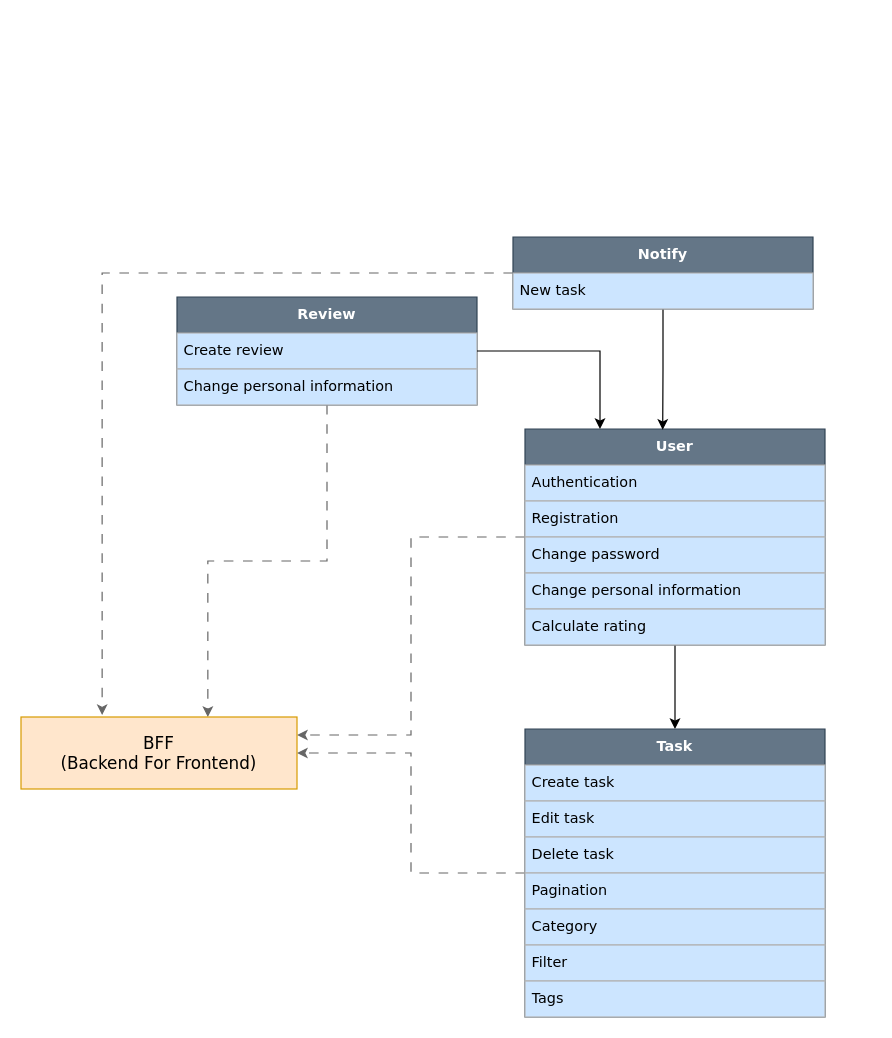
This is specification.drawio from htmlacademy-nestjs/1518675-taskforce-3, a draw.io file, before an edit. Source tidied: cells renumbered, new cells numbered last; positions are measured from the earlier drawing's top-left corner, leaving out a move shared by most shapes. Both pictures are drawn from the tidied source at 120%, with x=0, y=0 at pixel (20, 236).
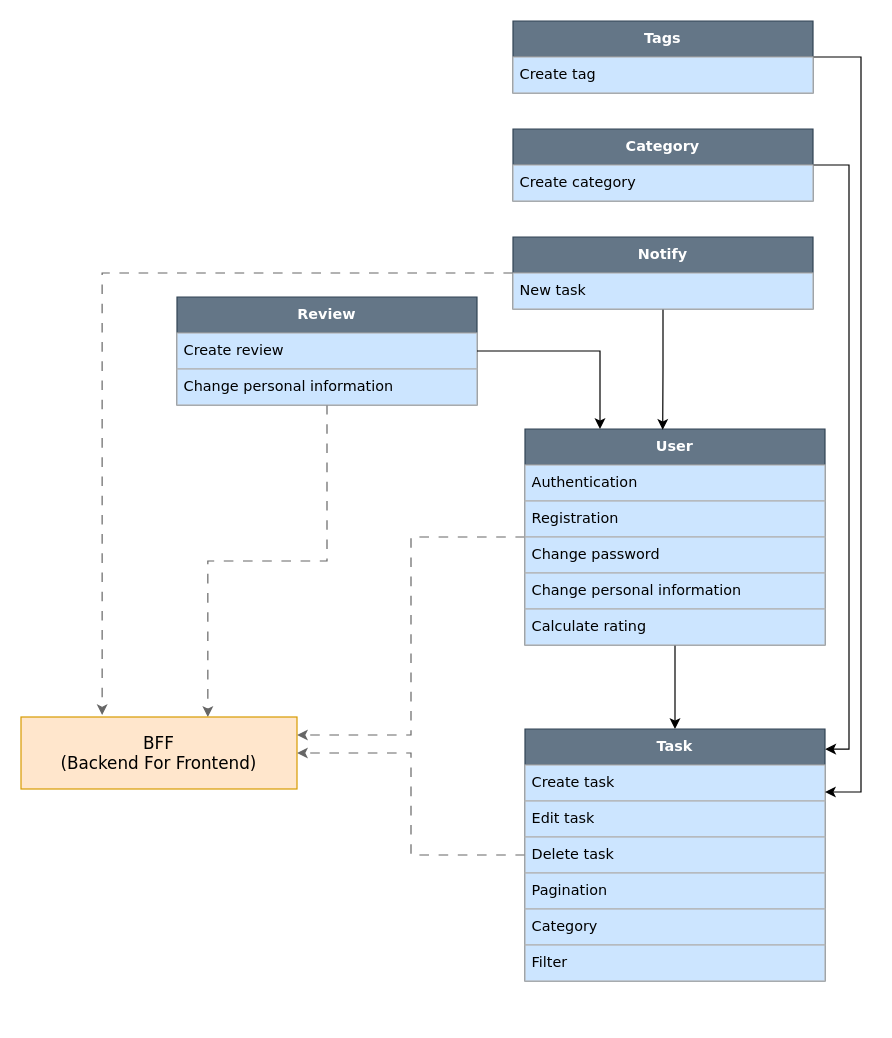
After the change.

What changed in the source:
```diff
@@
     <mxCell id="15" value="&lt;b&gt;Task&lt;/b&gt;" style="swimlane;fontStyle=0;horizontal=1;startSize=30;whiteSpace=wrap;html=1;fillColor=#647687;strokeColor=#314354;rounded=0;shadow=0;glass=0;fontFamily=Verdana;fontColor=#ffffff;" parent="1" vertex="1">
-      <mxGeometry x="420" y="410" width="250" height="240" as="geometry" />
+      <mxGeometry x="420" y="410" width="250" height="210" as="geometry" />
     </mxCell>
@@
-    <mxCell id="22" value="Tags" style="text;strokeColor=#B3B3B3;fillColor=#cce5ff;align=left;verticalAlign=middle;spacingLeft=4;spacingRight=4;overflow=hidden;points=[[0,0.5],[1,0.5]];portConstraint=eastwest;whiteSpace=wrap;html=1;fontFamily=Verdana;glass=0;shadow=0;rounded=0;" parent="15" vertex="1">
-      <mxGeometry y="210" width="250" height="30" as="geometry" />
-    </mxCell>
@@
+    <mxCell id="29" style="edgeStyle=orthogonalEdgeStyle;rounded=0;jettySize=auto;html=1;entryX=1.001;entryY=0.08;entryDx=0;entryDy=0;entryPerimeter=0;" parent="1" edge="1" source="30" target="15">
+      <mxGeometry relative="1" as="geometry">
+        <Array as="points">
+          <mxPoint x="690" y="-60" />
+          <mxPoint x="690" y="427" />
+        </Array>
+      </mxGeometry>
+    </mxCell>
+    <mxCell id="30" value="&lt;b&gt;Category&lt;/b&gt;" style="swimlane;fontStyle=0;horizontal=1;startSize=30;whiteSpace=wrap;html=1;fillColor=#647687;strokeColor=#314354;rounded=0;shadow=0;glass=0;fontFamily=Verdana;fontColor=#ffffff;" parent="1" vertex="1">
+      <mxGeometry x="410" y="-90" width="250" height="60" as="geometry" />
+    </mxCell>
+    <mxCell id="31" value="Create category" style="text;strokeColor=#B3B3B3;fillColor=#cce5ff;align=left;verticalAlign=middle;spacingLeft=4;spacingRight=4;overflow=hidden;whiteSpace=wrap;html=1;fontFamily=Verdana;glass=0;shadow=0;rounded=0;" parent="30" vertex="1">
+      <mxGeometry y="30" width="250" height="30" as="geometry" />
+    </mxCell>
+    <mxCell id="32" style="edgeStyle=orthogonalEdgeStyle;rounded=0;jettySize=auto;html=1;entryX=1;entryY=0.25;entryDx=0;entryDy=0;" parent="1" edge="1" source="22" target="15">
+      <mxGeometry relative="1" as="geometry">
+        <Array as="points">
+          <mxPoint x="700" y="-150" />
+          <mxPoint x="700" y="463" />
+        </Array>
+      </mxGeometry>
+    </mxCell>
+    <mxCell id="22" value="&lt;b&gt;Tags&lt;/b&gt;" style="swimlane;fontStyle=0;horizontal=1;startSize=30;whiteSpace=wrap;html=1;fillColor=#647687;strokeColor=#314354;rounded=0;shadow=0;glass=0;fontFamily=Verdana;fontColor=#ffffff;" parent="1" vertex="1">
+      <mxGeometry x="410" y="-180" width="250" height="60" as="geometry" />
+    </mxCell>
+    <mxCell id="33" value="Create tag" style="text;strokeColor=#B3B3B3;fillColor=#cce5ff;align=left;verticalAlign=middle;spacingLeft=4;spacingRight=4;overflow=hidden;whiteSpace=wrap;html=1;fontFamily=Verdana;glass=0;shadow=0;rounded=0;" parent="22" vertex="1">
+      <mxGeometry y="30" width="250" height="30" as="geometry" />
+    </mxCell>
```
